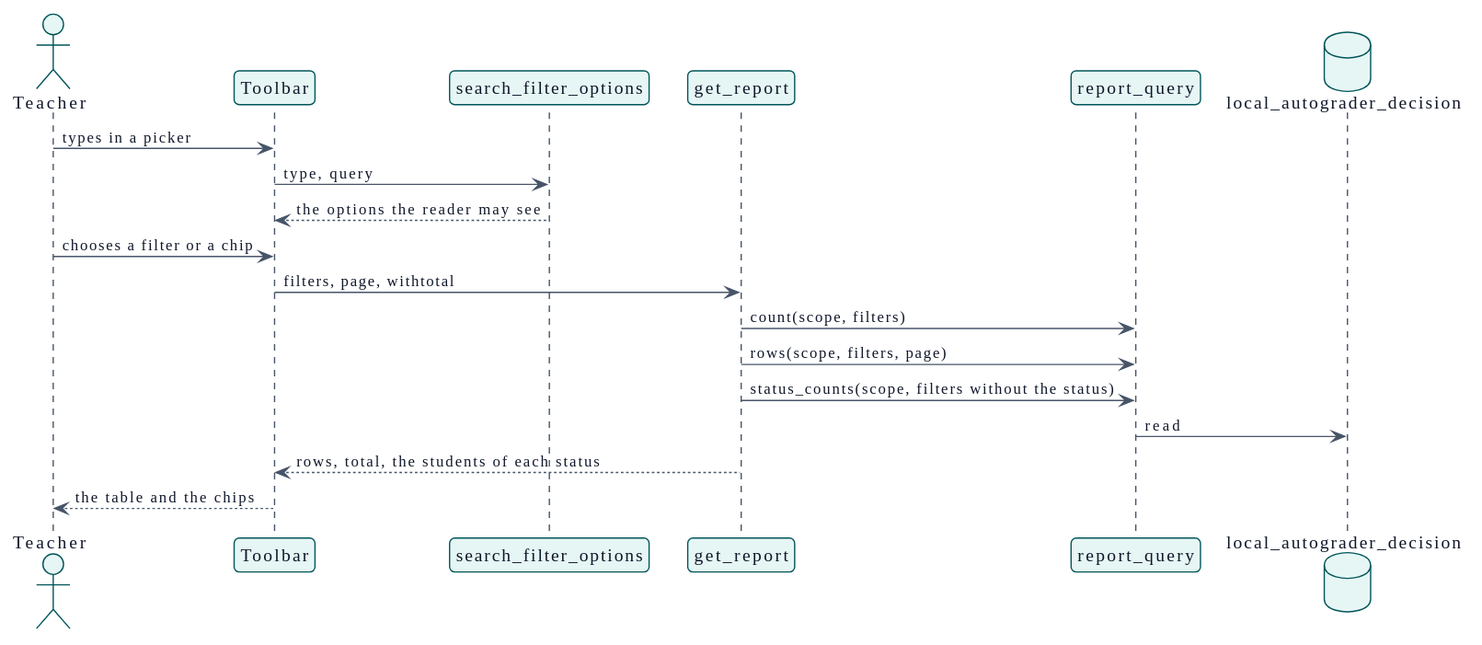
Before: docs/es/technical/design/use-cases/narrowReport/sequence.svg, a diagram exported from PlantUML (didactika/moodle-report_autograder).
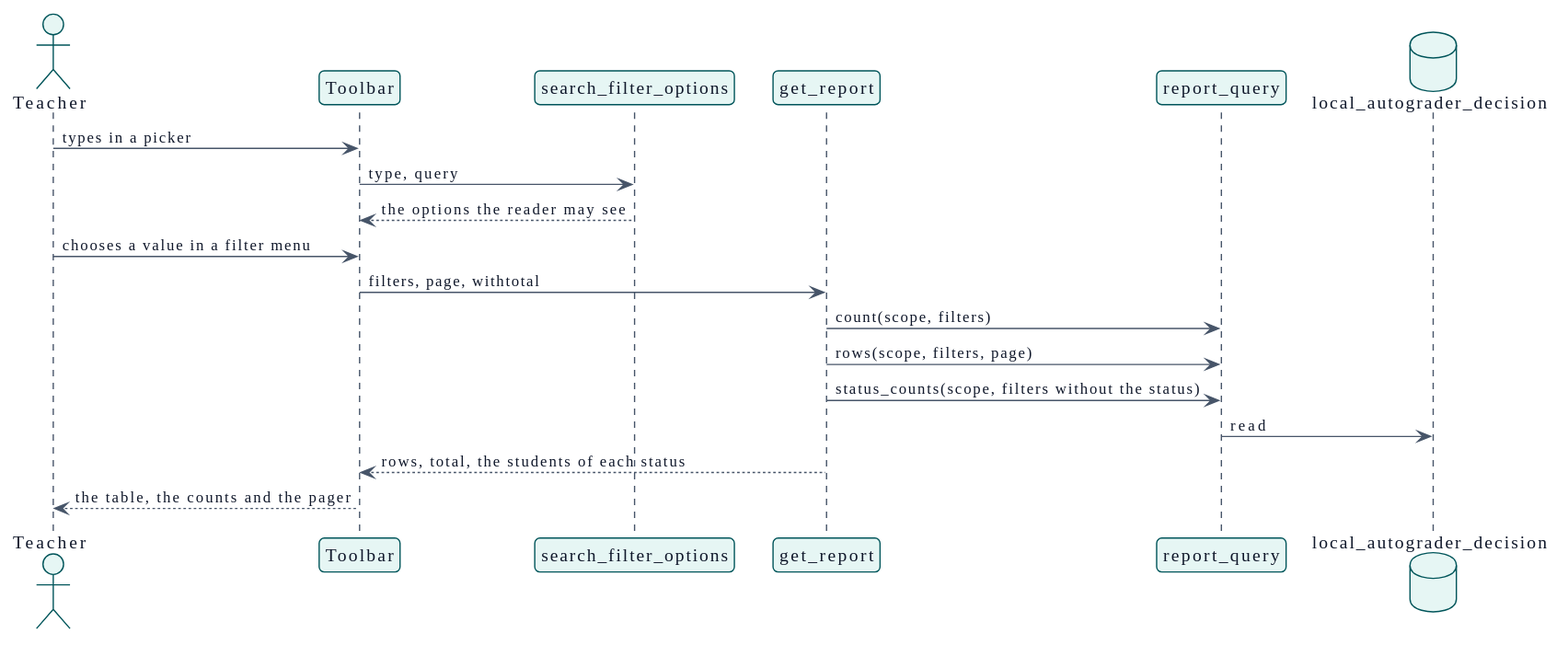
After the commit.

Diff of the diagram source:
```diff
@@ -116,12 +116,12 @@
 actor -> ui : types in a picker
 ui -> search : type, query
 search --> ui : the options the reader may see
-actor -> ui : chooses a filter or a chip
+actor -> ui : chooses a value in a filter menu
 ui -> service : filters, page, withtotal
 service -> query : count(scope, filters)
 service -> query : rows(scope, filters, page)
 service -> query : status_counts(scope, filters without the status)
 query -> table : read
 service --> ui : rows, total, the students of each status
-ui --> actor : the table and the chips
+ui --> actor : the table, the counts and the pager
 @enduml
```
